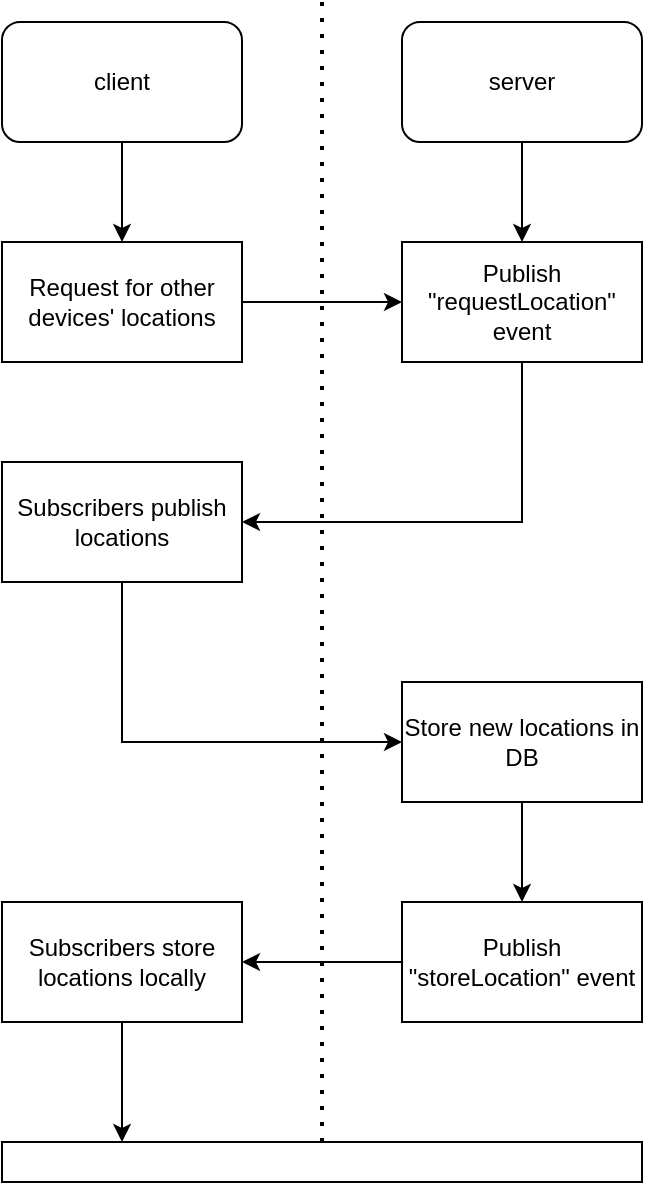
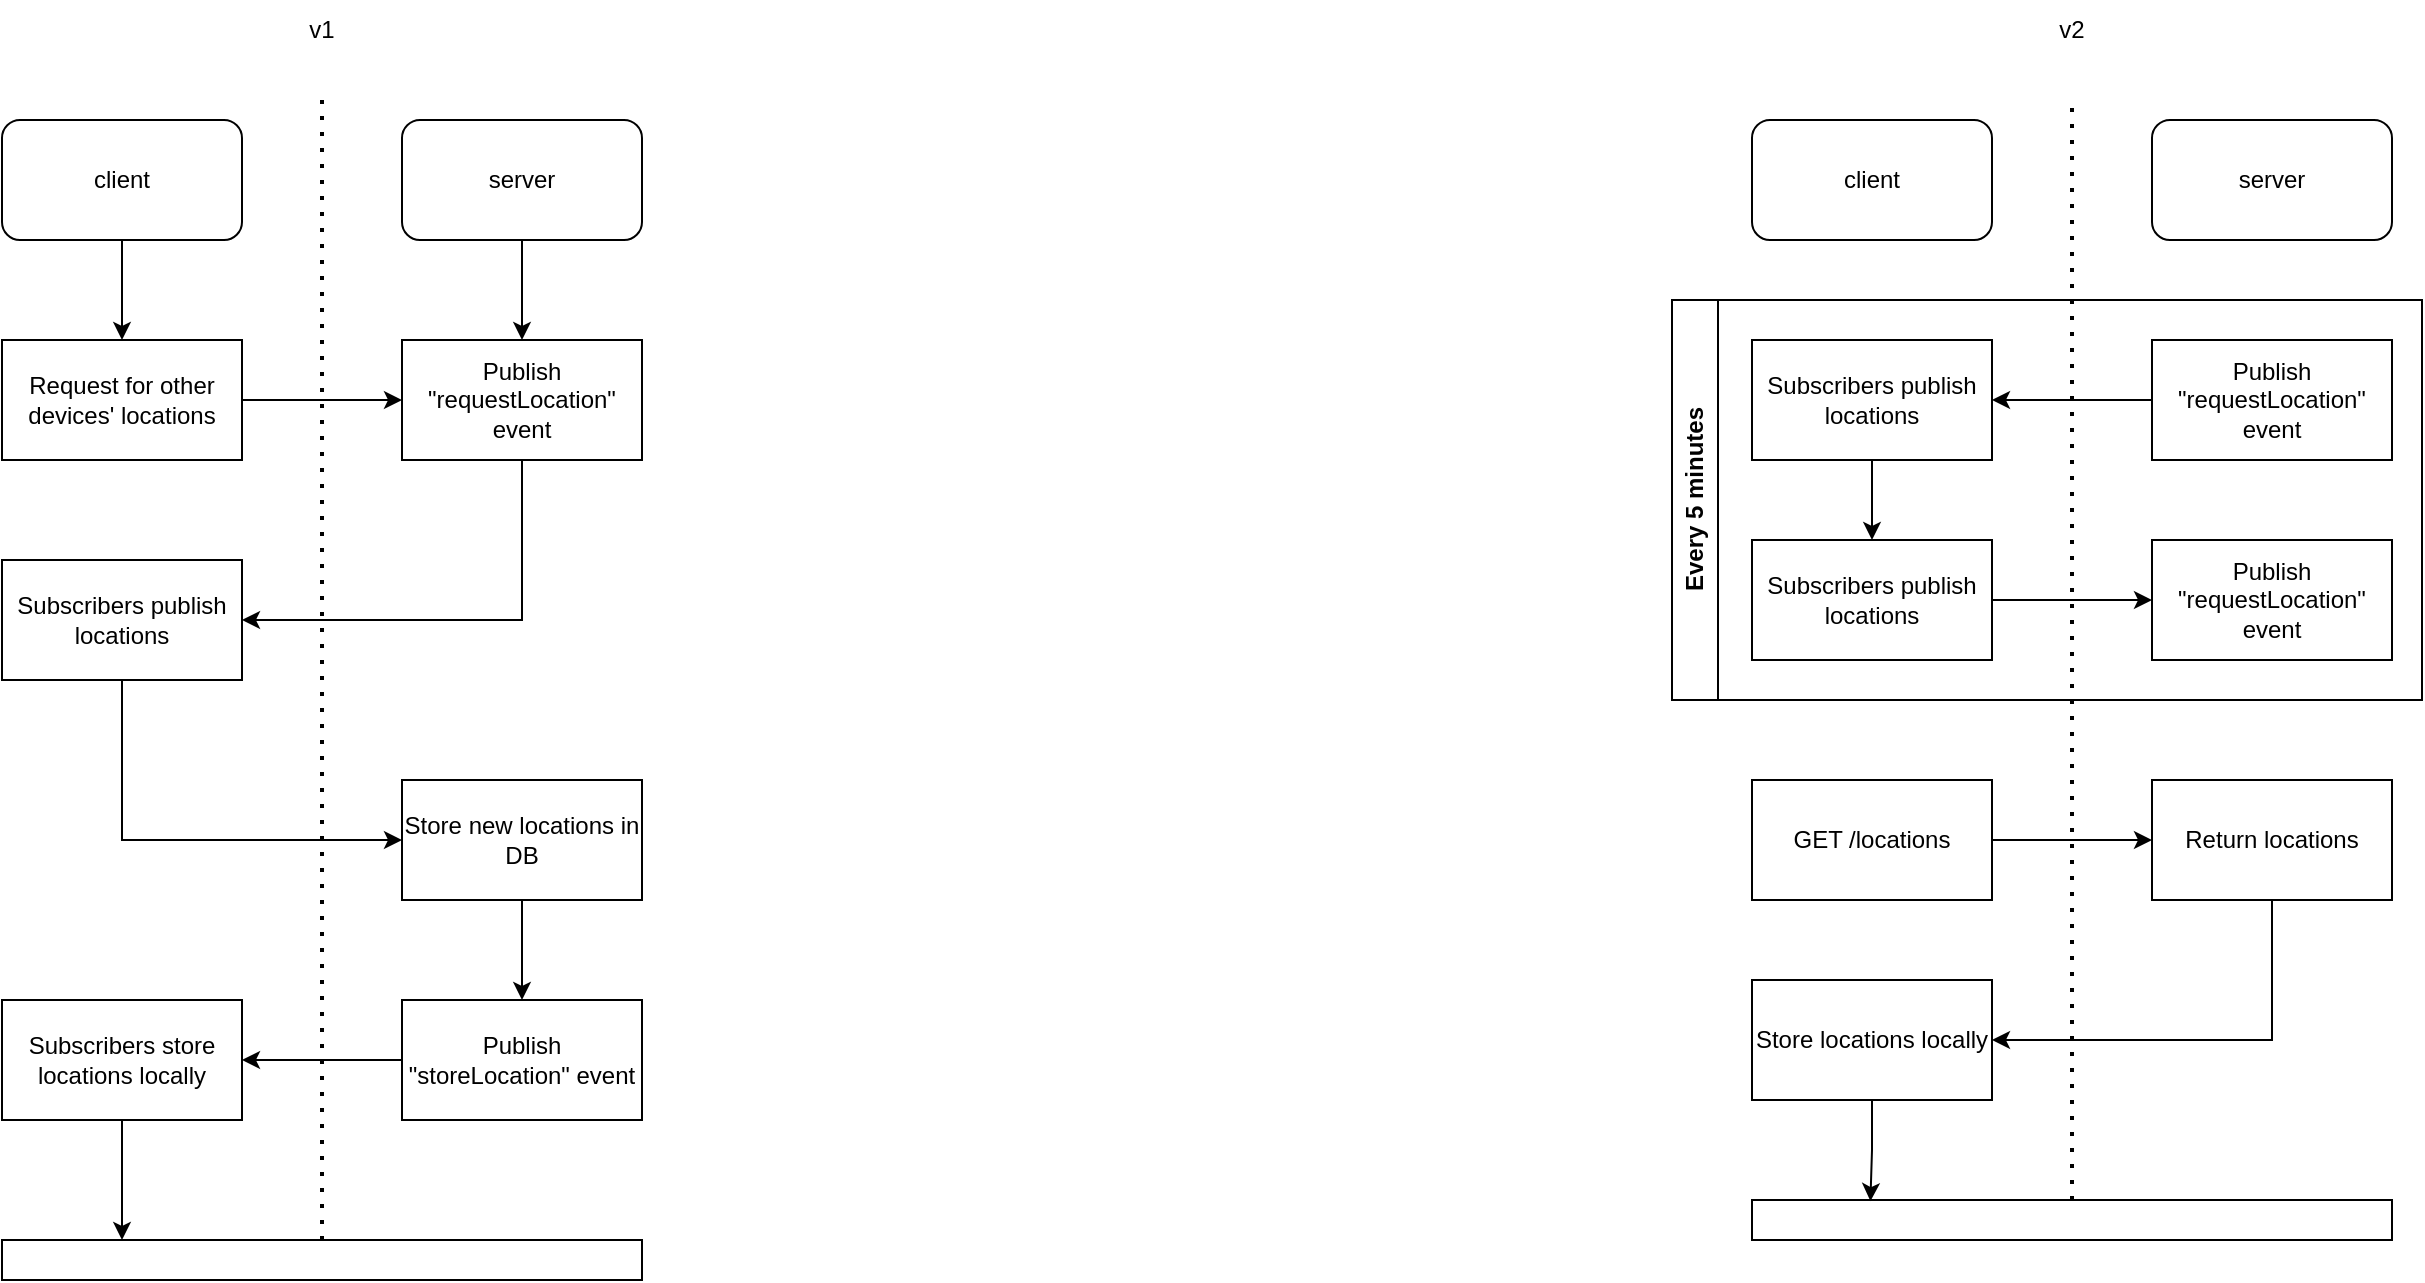
<mxfile host="Electron" agent="Mozilla/5.0 (X11; Linux x86_64) AppleWebKit/537.36 (KHTML, like Gecko) draw.io/29.6.1 Chrome/142.0.7444.265 Electron/39.5.2 Safari/537.36" version="29.6.1">
  <diagram name="Page-1" id="nnrZLLplt2vcEca6qJaY">
-     <mxGraphModel dx="1185" dy="727" grid="1" gridSize="10" guides="1" tooltips="1" connect="1" arrows="1" fold="1" page="1" pageScale="1" pageWidth="850" pageHeight="1100" math="0" shadow="0">
+     <mxGraphModel dx="1422" dy="872" grid="1" gridSize="10" guides="1" tooltips="1" connect="1" arrows="1" fold="1" page="1" pageScale="1" pageWidth="850" pageHeight="1100" math="0" shadow="0">
      <root>
        <mxCell id="0" />
        <mxCell id="1" parent="0" />
        <mxCell id="zMxCOdnseQGtMHEJyfZ8-1" parent="1" style="rounded=1;whiteSpace=wrap;html=1;" value="server" vertex="1">
          <mxGeometry height="60" width="120" x="440" y="130" as="geometry" />
        </mxCell>
        <mxCell id="zMxCOdnseQGtMHEJyfZ8-2" parent="1" style="rounded=1;whiteSpace=wrap;html=1;" value="client" vertex="1">
          <mxGeometry height="60" width="120" x="240" y="130" as="geometry" />
        </mxCell>
        <mxCell id="zMxCOdnseQGtMHEJyfZ8-6" edge="1" parent="1" source="zMxCOdnseQGtMHEJyfZ8-2" style="edgeStyle=orthogonalEdgeStyle;rounded=0;orthogonalLoop=1;jettySize=auto;html=1;exitX=0.5;exitY=1;exitDx=0;exitDy=0;" target="zMxCOdnseQGtMHEJyfZ8-5" value="">
          <mxGeometry relative="1" as="geometry">
            <mxPoint x="300" y="190" as="sourcePoint" />
            <mxPoint x="300" y="720" as="targetPoint" />
          </mxGeometry>
        </mxCell>
        <mxCell id="zMxCOdnseQGtMHEJyfZ8-9" edge="1" parent="1" source="zMxCOdnseQGtMHEJyfZ8-5" style="edgeStyle=orthogonalEdgeStyle;rounded=0;orthogonalLoop=1;jettySize=auto;html=1;exitX=1;exitY=0.5;exitDx=0;exitDy=0;entryX=0;entryY=0.5;entryDx=0;entryDy=0;" target="zMxCOdnseQGtMHEJyfZ8-10">
          <mxGeometry relative="1" as="geometry">
            <mxPoint x="520" y="269.9999999999999" as="targetPoint" />
          </mxGeometry>
        </mxCell>
        <mxCell id="zMxCOdnseQGtMHEJyfZ8-5" parent="1" style="rounded=0;whiteSpace=wrap;html=1;" value="Request for other devices&#39; locations" vertex="1">
          <mxGeometry height="60" width="120" x="240" y="240" as="geometry" />
        </mxCell>
        <mxCell id="zMxCOdnseQGtMHEJyfZ8-8" edge="1" parent="1" source="zMxCOdnseQGtMHEJyfZ8-1" style="edgeStyle=orthogonalEdgeStyle;rounded=0;orthogonalLoop=1;jettySize=auto;html=1;exitX=0.5;exitY=1;exitDx=0;exitDy=0;entryX=0.5;entryY=0;entryDx=0;entryDy=0;" target="zMxCOdnseQGtMHEJyfZ8-10" value="">
          <mxGeometry relative="1" as="geometry">
            <mxPoint x="500" y="190" as="sourcePoint" />
            <mxPoint x="500" y="239.9999999999999" as="targetPoint" />
          </mxGeometry>
        </mxCell>
        <mxCell id="zMxCOdnseQGtMHEJyfZ8-13" edge="1" parent="1" source="zMxCOdnseQGtMHEJyfZ8-10" style="edgeStyle=orthogonalEdgeStyle;rounded=0;orthogonalLoop=1;jettySize=auto;html=1;exitX=0.5;exitY=1;exitDx=0;exitDy=0;entryX=1;entryY=0.5;entryDx=0;entryDy=0;" target="zMxCOdnseQGtMHEJyfZ8-11">
          <mxGeometry relative="1" as="geometry" />
        </mxCell>
        <mxCell id="zMxCOdnseQGtMHEJyfZ8-10" parent="1" style="rounded=0;whiteSpace=wrap;html=1;" value="Publish &quot;requestLocation&quot; event" vertex="1">
          <mxGeometry height="60" width="120" x="440" y="240" as="geometry" />
        </mxCell>
        <mxCell id="zMxCOdnseQGtMHEJyfZ8-15" edge="1" parent="1" source="zMxCOdnseQGtMHEJyfZ8-11" style="edgeStyle=orthogonalEdgeStyle;rounded=0;orthogonalLoop=1;jettySize=auto;html=1;exitX=0.5;exitY=1;exitDx=0;exitDy=0;entryX=0;entryY=0.5;entryDx=0;entryDy=0;" target="zMxCOdnseQGtMHEJyfZ8-14">
          <mxGeometry relative="1" as="geometry" />
        </mxCell>
        <mxCell id="zMxCOdnseQGtMHEJyfZ8-11" parent="1" style="rounded=0;whiteSpace=wrap;html=1;" value="Subscribers publish locations" vertex="1">
          <mxGeometry height="60" width="120" x="240" y="350" as="geometry" />
        </mxCell>
        <mxCell id="zMxCOdnseQGtMHEJyfZ8-18" edge="1" parent="1" source="zMxCOdnseQGtMHEJyfZ8-14" style="edgeStyle=orthogonalEdgeStyle;rounded=0;orthogonalLoop=1;jettySize=auto;html=1;exitX=0.5;exitY=1;exitDx=0;exitDy=0;entryX=0.5;entryY=0;entryDx=0;entryDy=0;" target="zMxCOdnseQGtMHEJyfZ8-16">
          <mxGeometry relative="1" as="geometry" />
        </mxCell>
        <mxCell id="zMxCOdnseQGtMHEJyfZ8-14" parent="1" style="rounded=0;whiteSpace=wrap;html=1;" value="Store new locations in DB" vertex="1">
          <mxGeometry height="60" width="120" x="440" y="460" as="geometry" />
        </mxCell>
        <mxCell id="zMxCOdnseQGtMHEJyfZ8-20" edge="1" parent="1" source="zMxCOdnseQGtMHEJyfZ8-16" style="edgeStyle=orthogonalEdgeStyle;rounded=0;orthogonalLoop=1;jettySize=auto;html=1;exitX=0;exitY=0.5;exitDx=0;exitDy=0;entryX=1;entryY=0.5;entryDx=0;entryDy=0;" target="zMxCOdnseQGtMHEJyfZ8-19">
          <mxGeometry relative="1" as="geometry" />
        </mxCell>
        <mxCell id="zMxCOdnseQGtMHEJyfZ8-16" parent="1" style="rounded=0;whiteSpace=wrap;html=1;" value="Publish &quot;storeLocation&quot; event" vertex="1">
          <mxGeometry height="60" width="120" x="440" y="570" as="geometry" />
        </mxCell>
        <mxCell id="zMxCOdnseQGtMHEJyfZ8-21" edge="1" parent="1" source="zMxCOdnseQGtMHEJyfZ8-19" style="edgeStyle=orthogonalEdgeStyle;rounded=0;orthogonalLoop=1;jettySize=auto;html=1;exitX=0.5;exitY=1;exitDx=0;exitDy=0;entryX=0.125;entryY=0;entryDx=0;entryDy=0;entryPerimeter=0;">
          <mxGeometry relative="1" as="geometry">
            <mxPoint x="300" y="690" as="targetPoint" />
          </mxGeometry>
        </mxCell>
        <mxCell id="zMxCOdnseQGtMHEJyfZ8-19" parent="1" style="rounded=0;whiteSpace=wrap;html=1;" value="Subscribers store locations locally" vertex="1">
          <mxGeometry height="60" width="120" x="240" y="570" as="geometry" />
        </mxCell>
        <mxCell id="zMxCOdnseQGtMHEJyfZ8-22" parent="1" style="rounded=0;whiteSpace=wrap;html=1;" value="" vertex="1">
          <mxGeometry height="20" width="320" x="240" y="690" as="geometry" />
        </mxCell>
        <mxCell id="zMxCOdnseQGtMHEJyfZ8-23" edge="1" parent="1" source="zMxCOdnseQGtMHEJyfZ8-22" style="endArrow=none;dashed=1;html=1;dashPattern=1 3;strokeWidth=2;rounded=0;exitX=0.5;exitY=0;exitDx=0;exitDy=0;" value="">
          <mxGeometry height="50" relative="1" width="50" as="geometry">
            <mxPoint x="410" y="450" as="sourcePoint" />
            <mxPoint x="400" y="120" as="targetPoint" />
          </mxGeometry>
        </mxCell>
+         <mxCell id="lLVd3mGs5u_cnGhmyApD-1" parent="1" style="text;html=1;whiteSpace=wrap;strokeColor=none;fillColor=none;align=center;verticalAlign=middle;rounded=0;" value="v1" vertex="1">
+           <mxGeometry height="30" width="60" x="370" y="70" as="geometry" />
+         </mxCell>
+         <mxCell id="lLVd3mGs5u_cnGhmyApD-2" parent="1" style="rounded=1;whiteSpace=wrap;html=1;" value="server" vertex="1">
+           <mxGeometry height="60" width="120" x="1315" y="130" as="geometry" />
+         </mxCell>
+         <mxCell id="lLVd3mGs5u_cnGhmyApD-3" parent="1" style="rounded=1;whiteSpace=wrap;html=1;" value="client" vertex="1">
+           <mxGeometry height="60" width="120" x="1115" y="130" as="geometry" />
+         </mxCell>
+         <mxCell id="lLVd3mGs5u_cnGhmyApD-22" edge="1" parent="1" source="lLVd3mGs5u_cnGhmyApD-9" style="edgeStyle=orthogonalEdgeStyle;rounded=0;orthogonalLoop=1;jettySize=auto;html=1;exitX=0;exitY=0.5;exitDx=0;exitDy=0;entryX=1;entryY=0.5;entryDx=0;entryDy=0;" target="lLVd3mGs5u_cnGhmyApD-11">
+           <mxGeometry relative="1" as="geometry" />
+         </mxCell>
+         <mxCell id="lLVd3mGs5u_cnGhmyApD-9" parent="1" style="rounded=0;whiteSpace=wrap;html=1;" value="Publish &quot;requestLocation&quot; event" vertex="1">
+           <mxGeometry height="60" width="120" x="1315" y="240" as="geometry" />
+         </mxCell>
+         <mxCell id="lLVd3mGs5u_cnGhmyApD-27" edge="1" parent="1" source="lLVd3mGs5u_cnGhmyApD-11" style="edgeStyle=orthogonalEdgeStyle;rounded=0;orthogonalLoop=1;jettySize=auto;html=1;exitX=0.5;exitY=1;exitDx=0;exitDy=0;entryX=0.5;entryY=0;entryDx=0;entryDy=0;" target="lLVd3mGs5u_cnGhmyApD-25">
+           <mxGeometry relative="1" as="geometry" />
+         </mxCell>
+         <mxCell id="lLVd3mGs5u_cnGhmyApD-11" parent="1" style="rounded=0;whiteSpace=wrap;html=1;" value="Subscribers publish locations" vertex="1">
+           <mxGeometry height="60" width="120" x="1115" y="240" as="geometry" />
+         </mxCell>
+         <mxCell id="lLVd3mGs5u_cnGhmyApD-12" edge="1" parent="1" source="lLVd3mGs5u_cnGhmyApD-13" style="edgeStyle=orthogonalEdgeStyle;rounded=0;orthogonalLoop=1;jettySize=auto;html=1;exitX=0.5;exitY=1;exitDx=0;exitDy=0;entryX=1;entryY=0.5;entryDx=0;entryDy=0;" target="lLVd3mGs5u_cnGhmyApD-32">
+           <mxGeometry relative="1" as="geometry">
+             <mxPoint x="1375" y="570" as="targetPoint" />
+           </mxGeometry>
+         </mxCell>
+         <mxCell id="lLVd3mGs5u_cnGhmyApD-13" parent="1" style="rounded=0;whiteSpace=wrap;html=1;" value="Return locations" vertex="1">
+           <mxGeometry height="60" width="120" x="1315" y="460" as="geometry" />
+         </mxCell>
+         <mxCell id="lLVd3mGs5u_cnGhmyApD-18" parent="1" style="rounded=0;whiteSpace=wrap;html=1;" value="" vertex="1">
+           <mxGeometry height="20" width="320" x="1115" y="670" as="geometry" />
+         </mxCell>
+         <mxCell id="lLVd3mGs5u_cnGhmyApD-19" edge="1" parent="1" source="lLVd3mGs5u_cnGhmyApD-18" style="endArrow=none;dashed=1;html=1;dashPattern=1 3;strokeWidth=2;rounded=0;exitX=0.5;exitY=0;exitDx=0;exitDy=0;" value="">
+           <mxGeometry height="50" relative="1" width="50" as="geometry">
+             <mxPoint x="1285" y="450" as="sourcePoint" />
+             <mxPoint x="1275" y="120" as="targetPoint" />
+           </mxGeometry>
+         </mxCell>
+         <mxCell id="lLVd3mGs5u_cnGhmyApD-20" parent="1" style="text;html=1;whiteSpace=wrap;strokeColor=none;fillColor=none;align=center;verticalAlign=middle;rounded=0;" value="v2" vertex="1">
+           <mxGeometry height="30" width="60" x="1245" y="70" as="geometry" />
+         </mxCell>
+         <mxCell id="lLVd3mGs5u_cnGhmyApD-24" parent="1" style="rounded=0;whiteSpace=wrap;html=1;" value="Publish &quot;requestLocation&quot; event" vertex="1">
+           <mxGeometry height="60" width="120" x="1315" y="340" as="geometry" />
+         </mxCell>
+         <mxCell id="lLVd3mGs5u_cnGhmyApD-26" edge="1" parent="1" source="lLVd3mGs5u_cnGhmyApD-25" style="edgeStyle=orthogonalEdgeStyle;rounded=0;orthogonalLoop=1;jettySize=auto;html=1;exitX=1;exitY=0.5;exitDx=0;exitDy=0;entryX=0;entryY=0.5;entryDx=0;entryDy=0;" target="lLVd3mGs5u_cnGhmyApD-24">
+           <mxGeometry relative="1" as="geometry" />
+         </mxCell>
+         <mxCell id="lLVd3mGs5u_cnGhmyApD-25" parent="1" style="rounded=0;whiteSpace=wrap;html=1;" value="Subscribers publish locations" vertex="1">
+           <mxGeometry height="60" width="120" x="1115" y="340" as="geometry" />
+         </mxCell>
+         <mxCell id="lLVd3mGs5u_cnGhmyApD-29" parent="1" style="swimlane;horizontal=0;whiteSpace=wrap;html=1;" value="Every 5 minutes" vertex="1">
+           <mxGeometry height="200" width="375" x="1075" y="220" as="geometry" />
+         </mxCell>
+         <mxCell id="lLVd3mGs5u_cnGhmyApD-31" edge="1" parent="1" source="lLVd3mGs5u_cnGhmyApD-30" style="edgeStyle=orthogonalEdgeStyle;rounded=0;orthogonalLoop=1;jettySize=auto;html=1;exitX=1;exitY=0.5;exitDx=0;exitDy=0;entryX=0;entryY=0.5;entryDx=0;entryDy=0;" target="lLVd3mGs5u_cnGhmyApD-13">
+           <mxGeometry relative="1" as="geometry" />
+         </mxCell>
+         <mxCell id="lLVd3mGs5u_cnGhmyApD-30" parent="1" style="rounded=0;whiteSpace=wrap;html=1;" value="GET /locations" vertex="1">
+           <mxGeometry height="60" width="120" x="1115" y="460" as="geometry" />
+         </mxCell>
+         <mxCell id="lLVd3mGs5u_cnGhmyApD-32" parent="1" style="rounded=0;whiteSpace=wrap;html=1;" value="Store locations locally" vertex="1">
+           <mxGeometry height="60" width="120" x="1115" y="560" as="geometry" />
+         </mxCell>
+         <mxCell id="lLVd3mGs5u_cnGhmyApD-33" edge="1" parent="1" source="lLVd3mGs5u_cnGhmyApD-32" style="edgeStyle=orthogonalEdgeStyle;rounded=0;orthogonalLoop=1;jettySize=auto;html=1;exitX=0.5;exitY=1;exitDx=0;exitDy=0;entryX=0.185;entryY=0.028;entryDx=0;entryDy=0;entryPerimeter=0;" target="lLVd3mGs5u_cnGhmyApD-18">
+           <mxGeometry relative="1" as="geometry" />
+         </mxCell>
      </root>
    </mxGraphModel>
  </diagram>
</mxfile>
